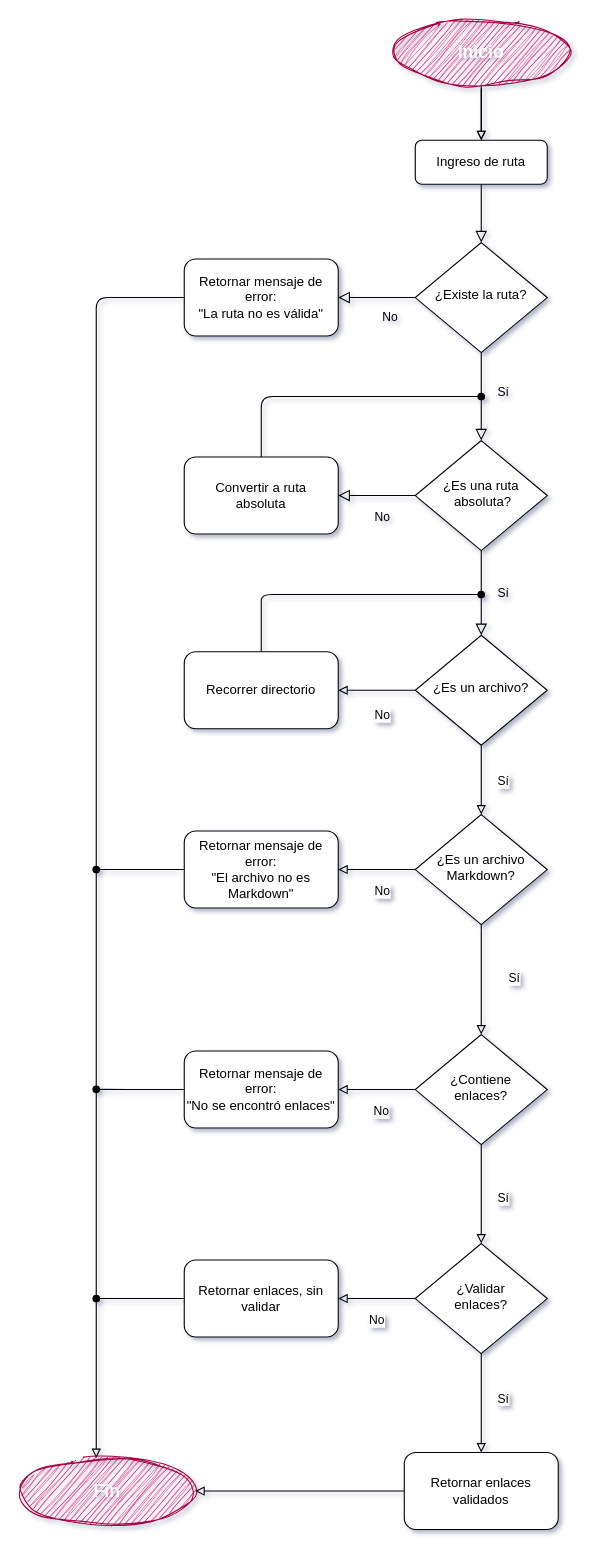
Above: diagrama.drawio in LizettePerez/DEV006-md-links (draw.io), before the change. Source tidied: cells renumbered, new cells numbered last; positions are measured from the earlier drawing's top-left corner, leaving out a move shared by most shapes. Both pictures are drawn from the tidied source at 110%, with x=0, y=0 at pixel (19, 19).
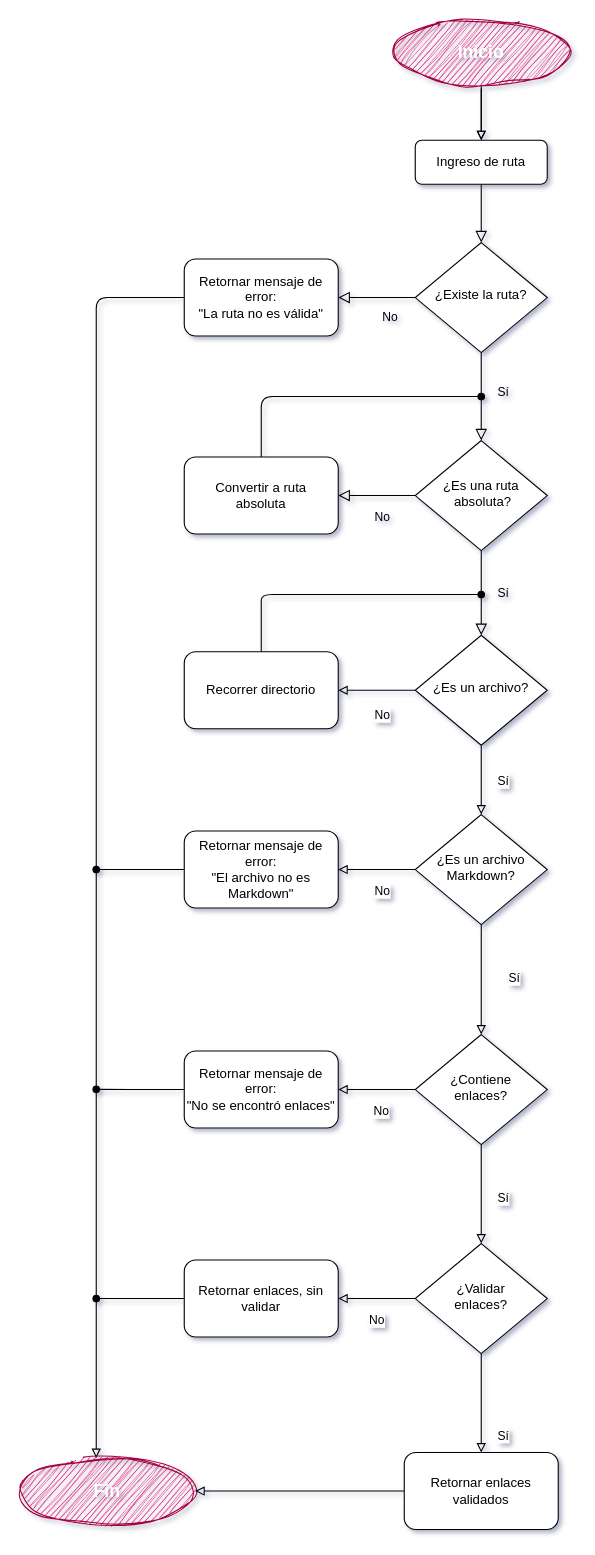
Above is the later version.

Commit message:
Modificación diagrama de flujo

Unchanged cells that the change refers to:
```xml
<mxCell id="35" value="¿Validar &lt;br&gt;enlaces?" style="rhombus;whiteSpace=wrap;html=1;shadow=0;fontFamily=Helvetica;fontSize=12;align=center;strokeWidth=1;spacing=6;spacingTop=-4;" parent="1" vertex="1">
  <mxGeometry x="360" y="1113" width="120" height="100" as="geometry" />
</mxCell>
<mxCell id="39" value="Retornar enlaces &lt;br&gt;validados" style="rounded=1;whiteSpace=wrap;html=1;fontSize=12;glass=0;strokeWidth=1;shadow=0;" parent="1" vertex="1">
  <mxGeometry x="350" y="1303" width="140" height="70" as="geometry" />
</mxCell>
```

The edit, as a diff of the source:
```diff
@@
-    <mxCell id="34" value="Sí" style="edgeStyle=orthogonalEdgeStyle;html=1;fontSize=11;endArrow=block;endFill=0;exitX=0.5;exitY=1;exitDx=0;exitDy=0;" parent="1" edge="1" source="35">
-      <mxGeometry x="0.66" y="20" relative="1" as="geometry">
-        <mxPoint x="420" y="1303" as="targetPoint" />
-        <Array as="points">
-          <mxPoint x="420" y="1113" />
-          <mxPoint x="420" y="1113" />
-        </Array>
-      </mxGeometry>
+    <mxCell id="34" value="Sí" style="edgeStyle=orthogonalEdgeStyle;html=1;fontSize=11;endArrow=block;endFill=0;exitX=0.5;exitY=1;exitDx=0;exitDy=0;entryX=0.5;entryY=0;entryDx=0;entryDy=0;" parent="1" edge="1" source="35" target="39">
+      <mxGeometry x="0.66" y="20" relative="1" as="geometry" />
     </mxCell>
```
